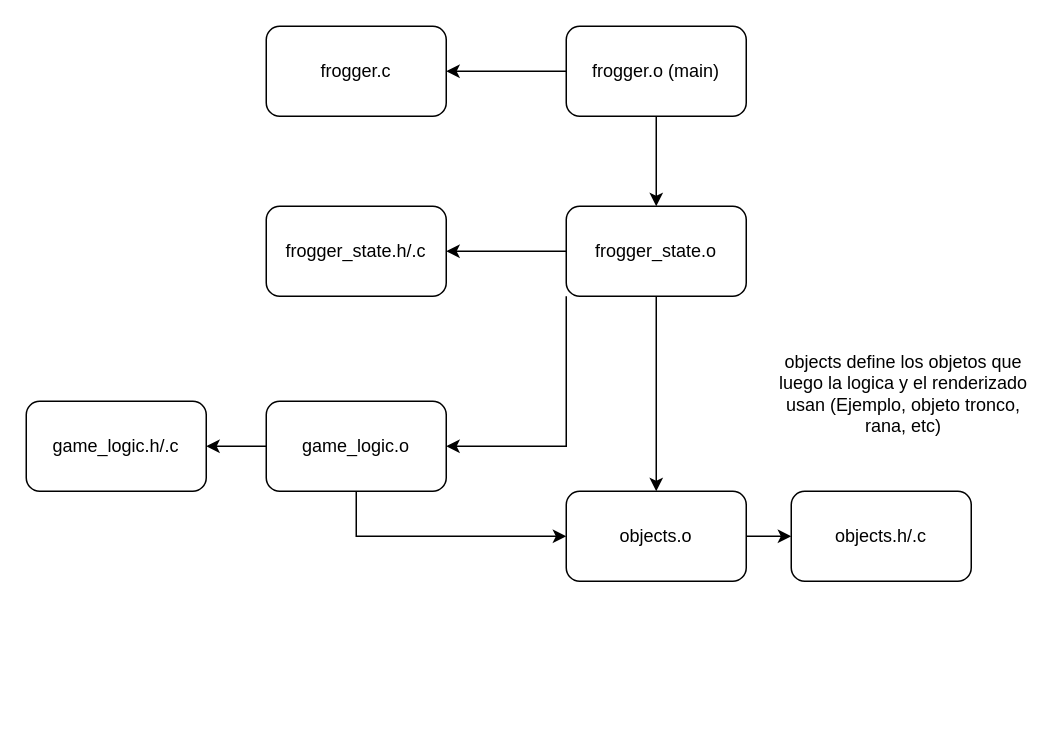
Above: FROGGER.drawio in mginhson/TPF (draw.io), before the change. Source tidied: cells renumbered, new cells numbered last; positions are measured from the earlier drawing's top-left corner, leaving out a move shared by most shapes. Both pictures are drawn from the tidied source at 150%, with x=0, y=0 at pixel (26, 26).
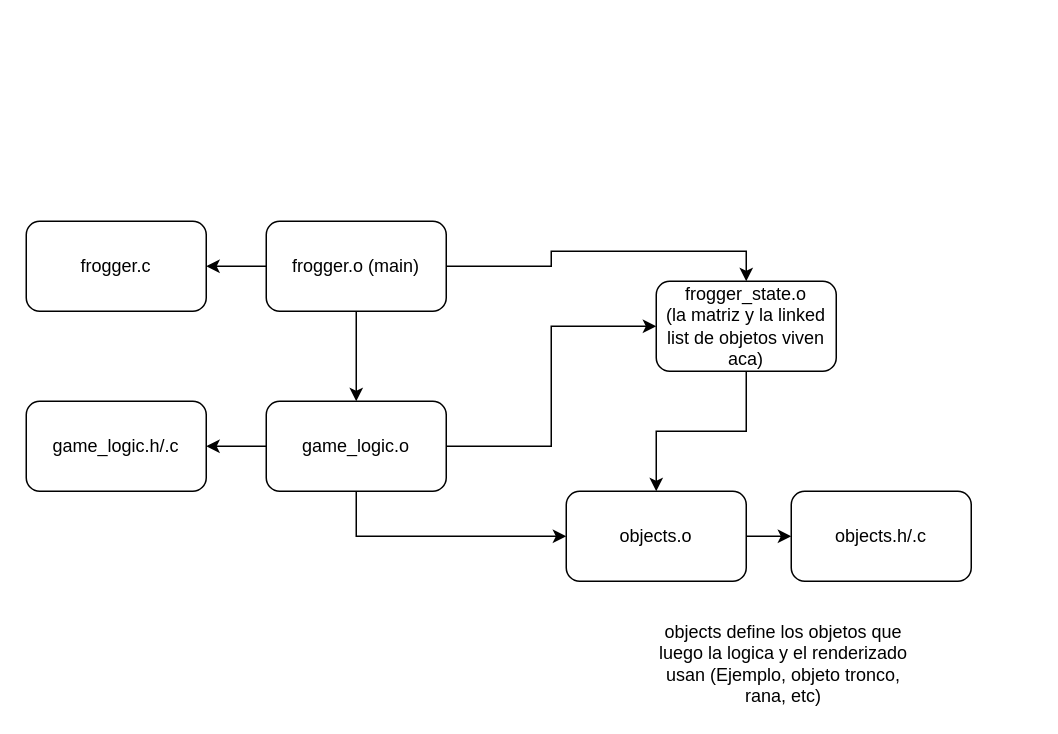
After the change.

Diff of the diagram source:
```diff
@@
 <mxGraphModel>
   <root>
     <mxCell id="0" />
     <mxCell id="1" parent="0" />
-    <mxCell id="2" style="edgeStyle=orthogonalEdgeStyle;rounded=0;jettySize=auto;html=1;exitX=0.5;exitY=1;exitDx=0;exitDy=0;entryX=0.5;entryY=0;entryDx=0;entryDy=0;" parent="1" edge="1" source="4" target="12">
-      <mxGeometry relative="1" as="geometry" />
-    </mxCell>
     <mxCell id="3" style="edgeStyle=orthogonalEdgeStyle;rounded=0;jettySize=auto;html=1;exitX=0;exitY=0.5;exitDx=0;exitDy=0;entryX=1;entryY=0.5;entryDx=0;entryDy=0;" parent="1" edge="1" source="4" target="18">
       <mxGeometry relative="1" as="geometry" />
     </mxCell>
+    <mxCell id="19" style="edgeStyle=orthogonalEdgeStyle;rounded=0;jettySize=auto;html=1;exitX=0.5;exitY=1;exitDx=0;exitDy=0;entryX=0.5;entryY=0;entryDx=0;entryDy=0;" parent="1" edge="1" source="4" target="7">
+      <mxGeometry relative="1" as="geometry" />
+    </mxCell>
+    <mxCell id="20" style="edgeStyle=orthogonalEdgeStyle;rounded=0;jettySize=auto;html=1;exitX=1;exitY=0.5;exitDx=0;exitDy=0;entryX=0.5;entryY=0;entryDx=0;entryDy=0;" parent="1" edge="1" source="4" target="23">
+      <mxGeometry relative="1" as="geometry" />
+    </mxCell>
     <mxCell id="4" value="frogger.o (main)" style="rounded=1;whiteSpace=wrap;html=1;" parent="1" vertex="1">
-      <mxGeometry x="360" width="120" height="60" as="geometry" />
+      <mxGeometry x="160" y="130" width="120" height="60" as="geometry" />
     </mxCell>
     <mxCell id="5" style="edgeStyle=orthogonalEdgeStyle;rounded=0;jettySize=auto;html=1;exitX=0;exitY=0.5;exitDx=0;exitDy=0;entryX=1;entryY=0.5;entryDx=0;entryDy=0;" parent="1" edge="1" source="7" target="8">
       <mxGeometry relative="1" as="geometry" />
     </mxCell>
     <mxCell id="6" style="edgeStyle=orthogonalEdgeStyle;rounded=0;jettySize=auto;html=1;exitX=0.5;exitY=1;exitDx=0;exitDy=0;entryX=0;entryY=0.5;entryDx=0;entryDy=0;" parent="1" edge="1" source="7" target="15">
       <mxGeometry relative="1" as="geometry" />
     </mxCell>
+    <mxCell id="21" style="edgeStyle=orthogonalEdgeStyle;rounded=0;jettySize=auto;html=1;exitX=1;exitY=0.5;exitDx=0;exitDy=0;entryX=0;entryY=0.5;entryDx=0;entryDy=0;" parent="1" edge="1" source="7" target="23">
+      <mxGeometry relative="1" as="geometry" />
+    </mxCell>
     <mxCell id="7" value="&lt;div&gt;game_logic.o&lt;/div&gt;" style="rounded=1;whiteSpace=wrap;html=1;" parent="1" vertex="1">
       <mxGeometry x="160" y="250" width="120" height="60" as="geometry" />
     </mxCell>
     <mxCell id="8" value="game_logic.h/.c" style="rounded=1;whiteSpace=wrap;html=1;" parent="1" vertex="1">
       <mxGeometry y="250" width="120" height="60" as="geometry" />
     </mxCell>
-    <mxCell id="9" style="edgeStyle=orthogonalEdgeStyle;rounded=0;jettySize=auto;html=1;exitX=0;exitY=1;exitDx=0;exitDy=0;entryX=1;entryY=0.5;entryDx=0;entryDy=0;" parent="1" edge="1" source="12" target="7">
-      <mxGeometry relative="1" as="geometry" />
-    </mxCell>
-    <mxCell id="10" style="edgeStyle=orthogonalEdgeStyle;rounded=0;jettySize=auto;html=1;exitX=0;exitY=0.5;exitDx=0;exitDy=0;entryX=1;entryY=0.5;entryDx=0;entryDy=0;" parent="1" edge="1" source="12" target="13">
-      <mxGeometry relative="1" as="geometry" />
-    </mxCell>
-    <mxCell id="11" style="edgeStyle=orthogonalEdgeStyle;rounded=0;jettySize=auto;html=1;exitX=0.5;exitY=1;exitDx=0;exitDy=0;entryX=0.5;entryY=0;entryDx=0;entryDy=0;" parent="1" edge="1" source="12" target="15">
-      <mxGeometry relative="1" as="geometry" />
-    </mxCell>
-    <mxCell id="12" value="frogger_state.o" style="rounded=1;whiteSpace=wrap;html=1;" parent="1" vertex="1">
-      <mxGeometry x="360" y="120" width="120" height="60" as="geometry" />
-    </mxCell>
-    <mxCell id="13" value="frogger_state.h/.c" style="rounded=1;whiteSpace=wrap;html=1;" parent="1" vertex="1">
-      <mxGeometry x="160" y="120" width="120" height="60" as="geometry" />
-    </mxCell>
     <mxCell id="14" style="edgeStyle=orthogonalEdgeStyle;rounded=0;jettySize=auto;html=1;exitX=1;exitY=0.5;exitDx=0;exitDy=0;entryX=0;entryY=0.5;entryDx=0;entryDy=0;" parent="1" edge="1" source="15" target="16">
       <mxGeometry relative="1" as="geometry" />
     </mxCell>
     <mxCell id="15" value="objects.o" style="rounded=1;whiteSpace=wrap;html=1;" parent="1" vertex="1">
       <mxGeometry x="360" y="310" width="120" height="60" as="geometry" />
     </mxCell>
     <mxCell id="16" value="objects.h/.c" style="rounded=1;whiteSpace=wrap;html=1;" parent="1" vertex="1">
       <mxGeometry x="510" y="310" width="120" height="60" as="geometry" />
     </mxCell>
     <mxCell id="17" value="objects define los objetos que luego la logica y el renderizado usan (Ejemplo, objeto tronco, rana, etc)" style="text;html=1;align=center;verticalAlign=middle;whiteSpace=wrap;rounded=0;" parent="1" vertex="1">
-      <mxGeometry x="500" y="230" width="170" height="30" as="geometry" />
+      <mxGeometry x="420" y="410" width="170" height="30" as="geometry" />
     </mxCell>
     <mxCell id="18" value="frogger.c" style="rounded=1;whiteSpace=wrap;html=1;" parent="1" vertex="1">
-      <mxGeometry x="160" width="120" height="60" as="geometry" />
+      <mxGeometry y="130" width="120" height="60" as="geometry" />
     </mxCell>
+    <mxCell id="22" style="edgeStyle=orthogonalEdgeStyle;rounded=0;jettySize=auto;html=1;exitX=0.5;exitY=1;exitDx=0;exitDy=0;entryX=0.5;entryY=0;entryDx=0;entryDy=0;" parent="1" edge="1" source="23" target="15">
+      <mxGeometry relative="1" as="geometry" />
+    </mxCell>
+    <mxCell id="23" value="&lt;div&gt;frogger_state.o&lt;/div&gt;&lt;div&gt;(la matriz y la linked list de objetos viven aca)&lt;br&gt;&lt;/div&gt;" style="rounded=1;whiteSpace=wrap;html=1;" parent="1" vertex="1">
+      <mxGeometry x="420" y="170" width="120" height="60" as="geometry" />
+    </mxCell>
   </root>
 </mxGraphModel>
```
